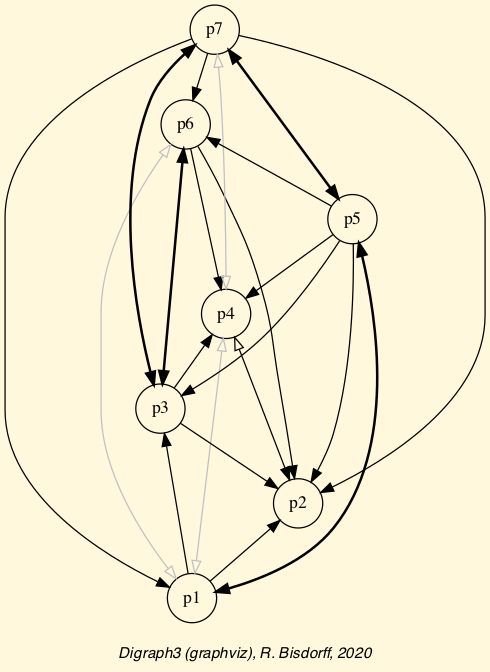
The Graphviz diagram rel_random3ObjectivesPerfTab.png in rbisdorff/Digraph3, before a commit. Its source is kept beside it as rel_random3ObjectivesPerfTab.dot.
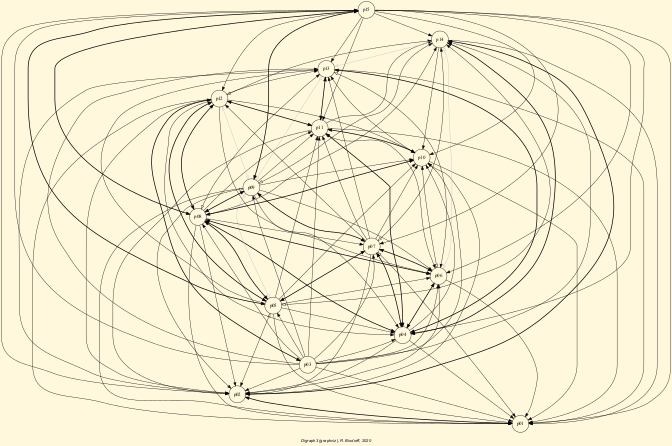
Above is the later version.

What changed in the source:
```diff
@@ -2,32 +2,124 @@
 graph [ bgcolor = cornsilk, fontname = "Helvetica-Oblique",
  fontsize = 12,
  label = "\nDigraph3 (graphviz), R. Bisdorff, 2020", size="7,7"];
-n1 [shape = "circle", label = "p1"];
-n2 [shape = "circle", label = "p2"];
-n3 [shape = "circle", label = "p3"];
-n4 [shape = "circle", label = "p4"];
-n5 [shape = "circle", label = "p5"];
-n6 [shape = "circle", label = "p6"];
-n7 [shape = "circle", label = "p7"];
-n1-> n2 [dir=forward, color=black] ;
-n1-> n3 [dir=forward, color=black] ;
-n1-> n4 [dir=both, color=grey, arrowhead=empty, arrowtail=empty] ;
-n1-> n5 [dir=both,style="setlinewidth(2)",color=black, arrowhead=normal, arrowtail=normal] ;
-n1-> n6 [dir=both, color=grey, arrowhead=empty, arrowtail=empty] ;
-n1-> n7 [dir=back, color=black] ;
+n1 [shape = "circle", label = "p01"];
+n2 [shape = "circle", label = "p02"];
+n3 [shape = "circle", label = "p03"];
+n4 [shape = "circle", label = "p04"];
+n5 [shape = "circle", label = "p05"];
+n6 [shape = "circle", label = "p06"];
+n7 [shape = "circle", label = "p07"];
+n8 [shape = "circle", label = "p08"];
+n9 [shape = "circle", label = "p09"];
+n10 [shape = "circle", label = "p10"];
+n11 [shape = "circle", label = "p11"];
+n12 [shape = "circle", label = "p12"];
+n13 [shape = "circle", label = "p13"];
+n14 [shape = "circle", label = "p14"];
+n15 [shape = "circle", label = "p15"];
+n1-> n2 [dir=both,style="setlinewidth(2)",color=black, arrowhead=normal, arrowtail=normal] ;
+n1-> n3 [dir=back, color=black] ;
+n1-> n4 [dir=back, color=black] ;
+n1-> n5 [dir=back, color=black] ;
+n1-> n6 [dir=back, color=black] ;
+n1-> n7 [dir=both, color=black, arrowtail=normal, arrowhead=empty] ;
+n1-> n8 [dir=back, color=black] ;
+n1-> n9 [dir=back, color=black] ;
+n1-> n10 [dir=back, color=black] ;
+n1-> n11 [dir=back, color=black] ;
+n1-> n12 [dir=back, color=black] ;
+n1-> n13 [dir=back, color=black] ;
+n1-> n14 [dir=back, color=black] ;
+n1-> n15 [dir=back, color=black] ;
 n2-> n3 [dir=back, color=black] ;
-n2-> n4 [dir=both, color=black, arrowtail=normal, arrowhead=empty] ;
-n2-> n5 [dir=back, color=black] ;
-n2-> n6 [dir=back, color=black] ;
+n2-> n4 [dir=back, color=black] ;
+n2-> n5 [dir=both, color=black, arrowtail=normal, arrowhead=empty] ;
+n2-> n6 [dir=both, color=black, arrowhead=normal, arrowtail=empty] ;
 n2-> n7 [dir=back, color=black] ;
+n2-> n8 [dir=back, color=black] ;
+n2-> n9 [dir=both, color=black, arrowtail=normal, arrowhead=empty] ;
+n2-> n10 [dir=both, color=black, arrowhead=normal, arrowtail=empty] ;
+n2-> n11 [dir=back, color=black] ;
+n2-> n12 [dir=back, color=black] ;
+n2-> n13 [dir=both, color=black, arrowtail=normal, arrowhead=empty] ;
+n2-> n14 [dir=both,style="setlinewidth(2)",color=black, arrowhead=normal, arrowtail=normal] ;
+n2-> n15 [dir=back, color=black] ;
 n3-> n4 [dir=forward, color=black] ;
-n3-> n5 [dir=back, color=black] ;
-n3-> n6 [dir=both,style="setlinewidth(2)",color=black, arrowhead=normal, arrowtail=normal] ;
-n3-> n7 [dir=both,style="setlinewidth(2)",color=black, arrowhead=normal, arrowtail=normal] ;
+n3-> n5 [dir=forward, color=black] ;
+n3-> n6 [dir=forward, color=black] ;
+n3-> n7 [dir=forward, color=black] ;
+n3-> n8 [dir=forward, color=black] ;
+n3-> n9 [dir=forward, color=black] ;
+n3-> n10 [dir=forward, color=black] ;
+n3-> n11 [dir=forward, color=black] ;
+n3-> n12 [dir=both,style="setlinewidth(2)",color=black, arrowhead=normal, arrowtail=normal] ;
+n3-> n13 [dir=forward, color=black] ;
+n3-> n14 [dir=forward, color=black] ;
+n3-> n15 [dir=forward, color=black] ;
 n4-> n5 [dir=back, color=black] ;
-n4-> n6 [dir=back, color=black] ;
-n4-> n7 [dir=both, color=grey, arrowhead=empty, arrowtail=empty] ;
+n4-> n6 [dir=both,style="setlinewidth(2)",color=black, arrowhead=normal, arrowtail=normal] ;
+n4-> n7 [dir=both,style="setlinewidth(2)",color=black, arrowhead=normal, arrowtail=normal] ;
+n4-> n8 [dir=both,style="setlinewidth(2)",color=black, arrowhead=normal, arrowtail=normal] ;
+n4-> n9 [dir=back, color=black] ;
+n4-> n10 [dir=forward, color=black] ;
+n4-> n11 [dir=both,style="setlinewidth(2)",color=black, arrowhead=normal, arrowtail=normal] ;
+n4-> n12 [dir=back, color=black] ;
+n4-> n13 [dir=both,style="setlinewidth(2)",color=black, arrowhead=normal, arrowtail=normal] ;
+n4-> n14 [dir=both,style="setlinewidth(2)",color=black, arrowhead=normal, arrowtail=normal] ;
+n4-> n15 [dir=back, color=black] ;
 n5-> n6 [dir=forward, color=black] ;
 n5-> n7 [dir=both,style="setlinewidth(2)",color=black, arrowhead=normal, arrowtail=normal] ;
-n6-> n7 [dir=back, color=black] ;
+n5-> n8 [dir=both,style="setlinewidth(2)",color=black, arrowhead=normal, arrowtail=normal] ;
+n5-> n9 [dir=both, color=grey, arrowhead=empty, arrowtail=empty] ;
+n5-> n10 [dir=forward, color=black] ;
+n5-> n11 [dir=forward, color=black] ;
+n5-> n12 [dir=both,style="setlinewidth(2)",color=black, arrowhead=normal, arrowtail=normal] ;
+n5-> n13 [dir=forward, color=black] ;
+n5-> n14 [dir=both, color=black, arrowhead=normal, arrowtail=empty] ;
+n5-> n15 [dir=both,style="setlinewidth(2)",color=black, arrowhead=normal, arrowtail=normal] ;
+n6-> n7 [dir=both,style="setlinewidth(2)",color=black, arrowhead=normal, arrowtail=normal] ;
+n6-> n8 [dir=both,style="setlinewidth(2)",color=black, arrowhead=normal, arrowtail=normal] ;
+n6-> n9 [dir=back, color=black] ;
+n6-> n10 [dir=both, color=black, arrowhead=normal, arrowtail=empty] ;
+n6-> n11 [dir=both, color=black, arrowtail=normal, arrowhead=empty] ;
+n6-> n12 [dir=back, color=black] ;
+n6-> n13 [dir=both, color=black, arrowtail=normal, arrowhead=empty] ;
+n6-> n14 [dir=both, color=grey, arrowhead=empty, arrowtail=empty] ;
+n6-> n15 [dir=back, color=black] ;
+n7-> n8 [dir=back, color=black] ;
+n7-> n9 [dir=both,style="setlinewidth(2)",color=black, arrowhead=normal, arrowtail=normal] ;
+n7-> n10 [dir=forward, color=black] ;
+n7-> n11 [dir=forward, color=black] ;
+n7-> n12 [dir=forward, color=black] ;
+n7-> n13 [dir=forward, color=black] ;
+n7-> n14 [dir=both, color=black, arrowhead=normal, arrowtail=empty] ;
+n7-> n15 [dir=back, color=black] ;
+n8-> n9 [dir=both,style="setlinewidth(2)",color=black, arrowhead=normal, arrowtail=normal] ;
+n8-> n10 [dir=both,style="setlinewidth(2)",color=black, arrowhead=normal, arrowtail=normal] ;
+n8-> n11 [dir=forward, color=black] ;
+n8-> n12 [dir=both,style="setlinewidth(2)",color=black, arrowhead=normal, arrowtail=normal] ;
+n8-> n13 [dir=both, color=black, arrowhead=normal, arrowtail=empty] ;
+n8-> n14 [dir=forward, color=black] ;
+n8-> n15 [dir=both,style="setlinewidth(2)",color=black, arrowhead=normal, arrowtail=normal] ;
+n9-> n10 [dir=forward, color=black] ;
+n9-> n11 [dir=forward, color=black] ;
+n9-> n12 [dir=both, color=grey, arrowhead=empty, arrowtail=empty] ;
+n9-> n13 [dir=both, color=grey, arrowhead=empty, arrowtail=empty] ;
+n9-> n14 [dir=both, color=black, arrowhead=normal, arrowtail=empty] ;
+n9-> n15 [dir=both,style="setlinewidth(2)",color=black, arrowhead=normal, arrowtail=normal] ;
+n10-> n11 [dir=both,style="setlinewidth(2)",color=black, arrowhead=normal, arrowtail=normal] ;
+n10-> n12 [dir=back, color=black] ;
+n10-> n13 [dir=forward, color=black] ;
+n10-> n14 [dir=back, color=black] ;
+n10-> n15 [dir=back, color=black] ;
+n11-> n12 [dir=both,style="setlinewidth(2)",color=black, arrowhead=normal, arrowtail=normal] ;
+n11-> n13 [dir=both,style="setlinewidth(2)",color=black, arrowhead=normal, arrowtail=normal] ;
+n11-> n14 [dir=forward, color=black] ;
+n11-> n15 [dir=back, color=black] ;
+n12-> n13 [dir=forward, color=black] ;
+n12-> n14 [dir=both, color=black, arrowhead=normal, arrowtail=empty] ;
+n12-> n15 [dir=back, color=black] ;
+n13-> n14 [dir=both, color=grey, arrowhead=empty, arrowtail=empty] ;
+n13-> n15 [dir=back, color=black] ;
+n14-> n15 [dir=back, color=black] ;
 }
```
